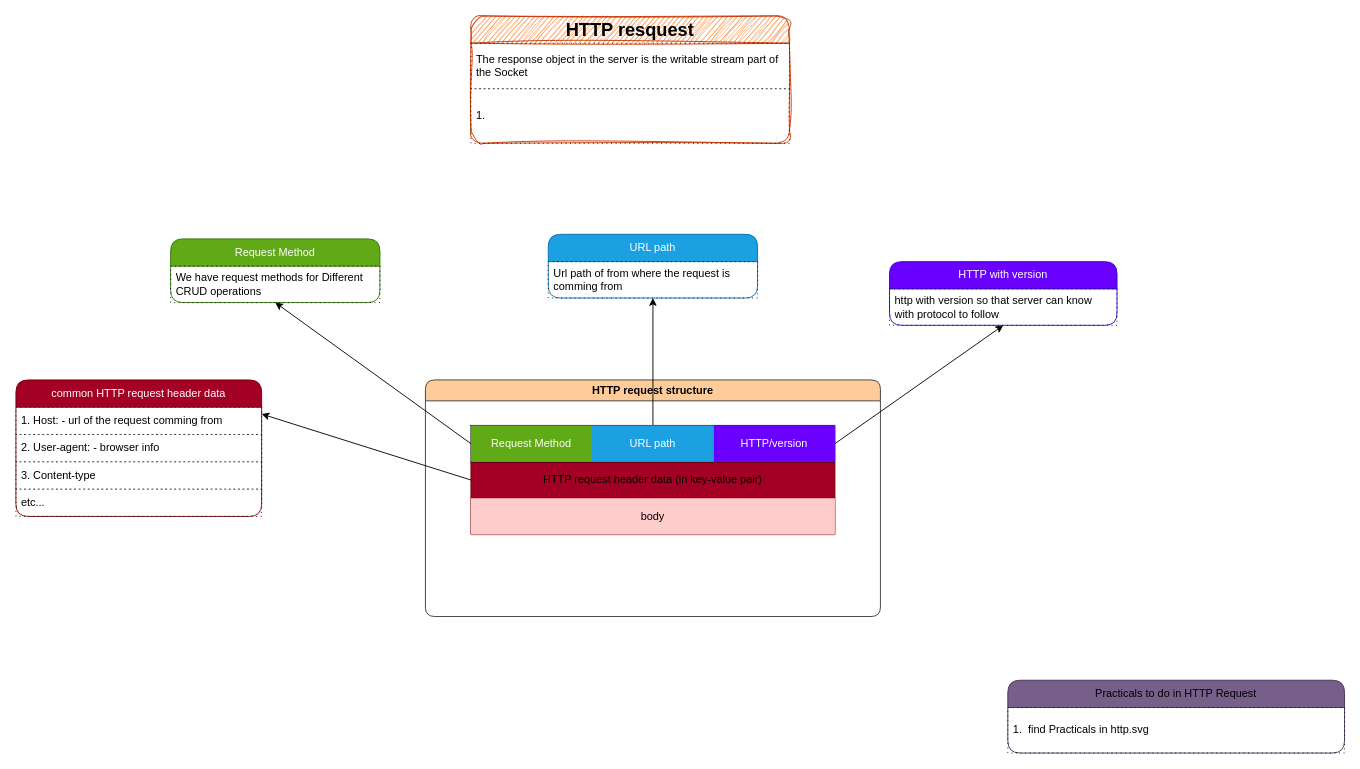
Above: computer-networking/protocols/hypertext-transfer-protocol/http-req/httpreq.dio in knkrn5/Programming-Concepts (draw.io), before the change. Source tidied: cells renumbered, new cells numbered last; positions are measured from the earlier drawing's top-left corner, leaving out a move shared by most shapes. Both pictures are drawn from the tidied source at 91%, with x=0, y=0 at pixel (15, 15).
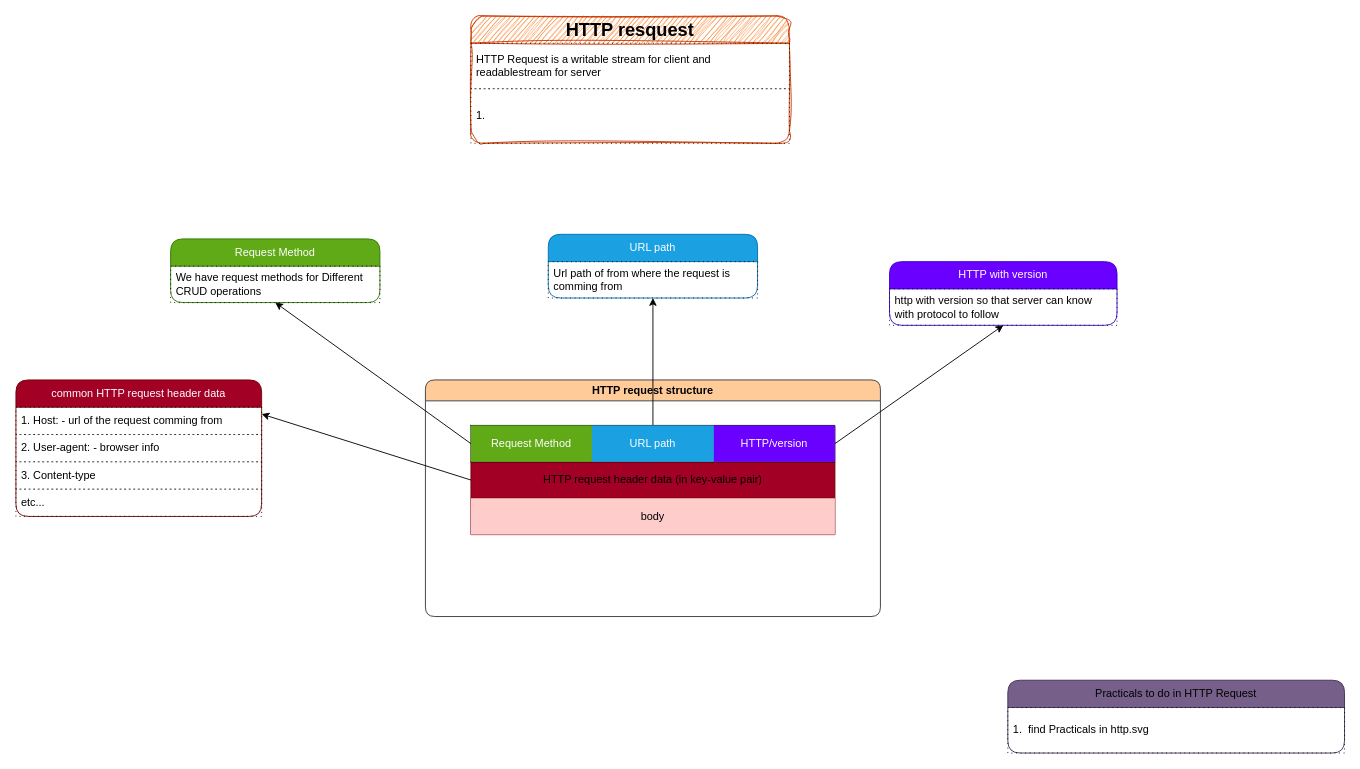
After the change.

Unchanged cells that the change refers to:
```xml
<mxCell id="2" value="&lt;span style=&quot;font-size: 20px;&quot;&gt;&lt;b&gt;HTTP resquest&lt;/b&gt;&lt;/span&gt;" style="swimlane;fontStyle=0;horizontal=1;startSize=30;whiteSpace=wrap;html=1;rounded=1;fillColor=#fa6800;fontColor=#000000;strokeColor=#C73500;sketch=1;curveFitting=1;jiggle=2;" parent="1" vertex="1">
  <mxGeometry x="500" width="350" height="140" as="geometry" />
</mxCell>
```

What changed in the source:
```diff
@@
-    <mxCell id="3" value="The response object in the server is the writable stream part of the Socket" style="text;strokeColor=default;fillColor=none;align=left;verticalAlign=middle;spacingLeft=4;spacingRight=4;overflow=hidden;whiteSpace=wrap;html=1;dashed=1;dashPattern=1 4;" parent="2" vertex="1">
+    <mxCell id="3" value="HTTP Request is a writable stream for client and readablestream for server" style="text;strokeColor=default;fillColor=none;align=left;verticalAlign=middle;spacingLeft=4;spacingRight=4;overflow=hidden;whiteSpace=wrap;html=1;dashed=1;dashPattern=1 4;" parent="2" vertex="1">
       <mxGeometry y="30" width="350" height="50" as="geometry" />
     </mxCell>
```
